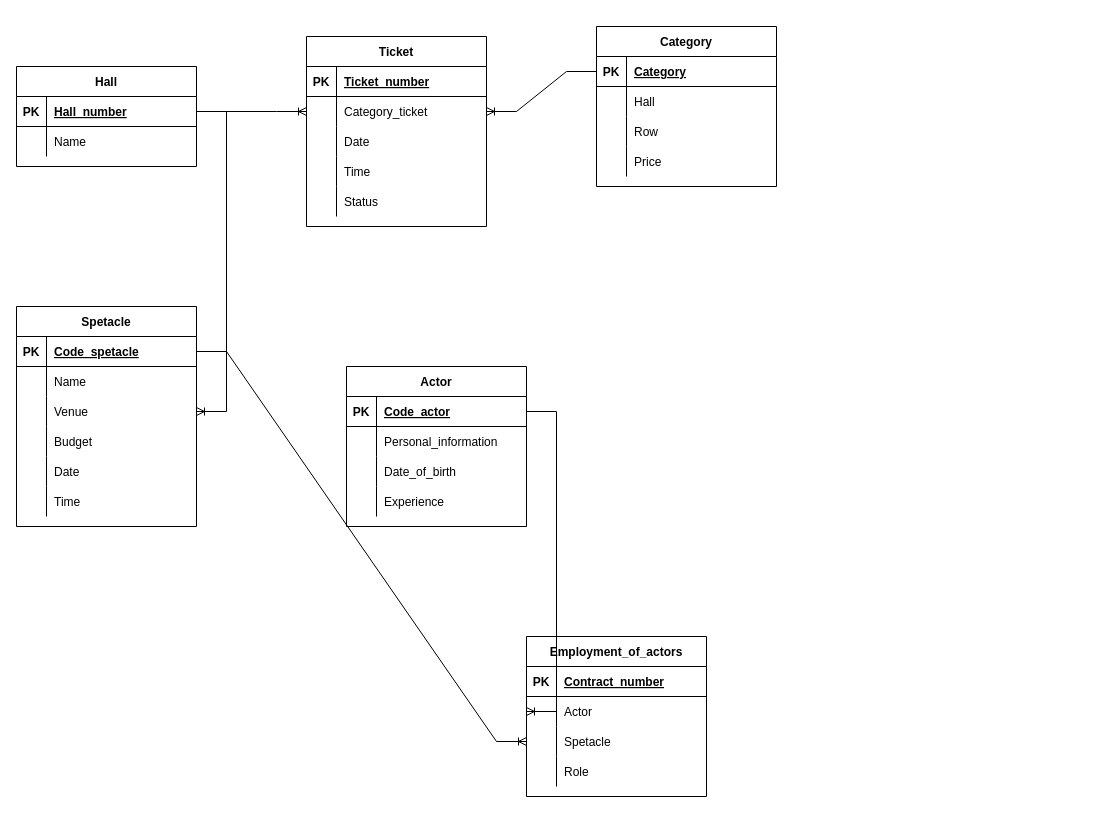
The draw.io diagram page "Страница 1" (1 of 2) of База данных театра.drawio in MakarovIS/Data-base, before the edit. Source tidied: cells renumbered, new cells numbered last; positions are measured from the earlier drawing's top-left corner, leaving out a move shared by most shapes. Both pictures are drawn from the tidied source at 100%, with x=0, y=0 at pixel (16, 26).
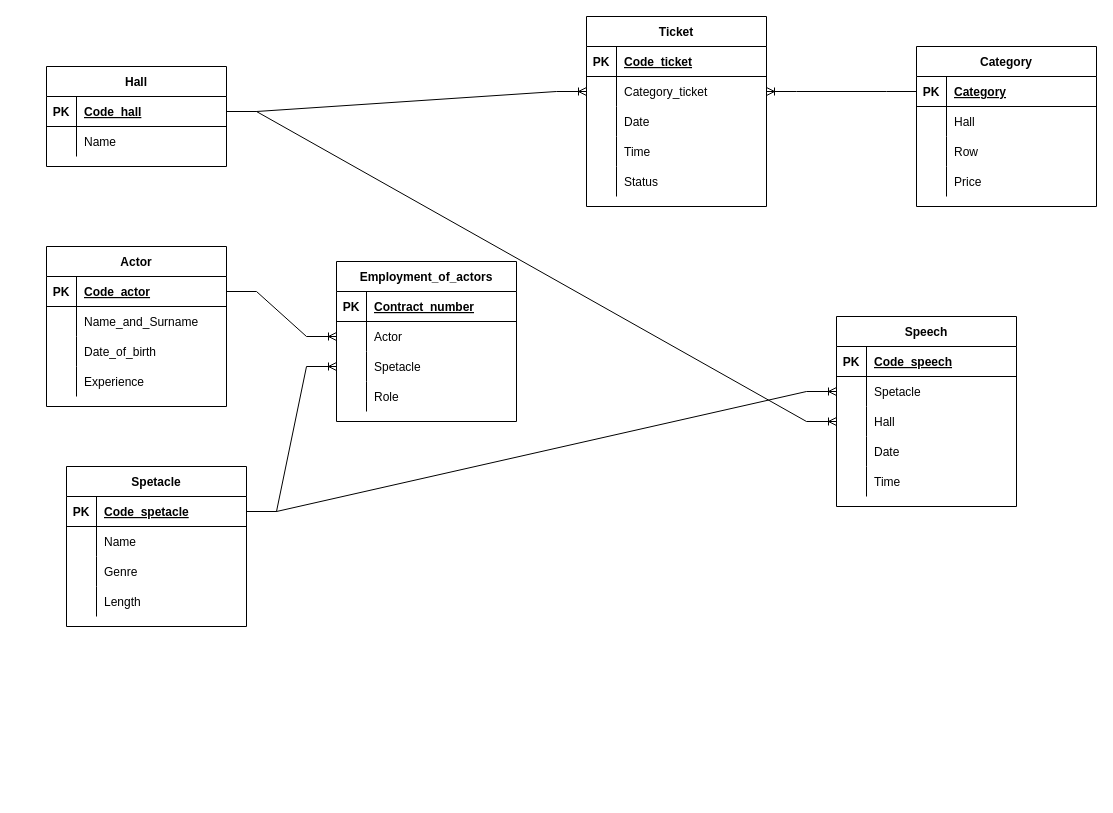
The same page after the edit.

The change refers to these unchanged cells:
```xml
<mxCell id="6" style="shape=tableRow;horizontal=0;startSize=0;swimlaneHead=0;swimlaneBody=0;fillColor=none;top=0;left=0;right=0;bottom=0;" parent="2" vertex="1">
  <mxGeometry y="60" width="180" height="30" as="geometry" />
</mxCell>
<mxCell id="22" style="shape=tableRow;horizontal=0;startSize=0;swimlaneHead=0;swimlaneBody=0;fillColor=none;points=[[0,0.5],[1,0.5]];portConstraint=eastwest;top=0;left=0;right=0;bottom=0;" parent="15" vertex="1">
  <mxGeometry y="90" width="180" height="30" as="geometry" />
</mxCell>
<mxCell id="29" style="shape=tableRow;horizontal=0;startSize=0;swimlaneHead=0;swimlaneBody=0;fillColor=none;points=[[0,0.5],[1,0.5]];portConstraint=eastwest;top=0;left=0;right=0;bottom=1;" parent="28" vertex="1">
  <mxGeometry y="30" width="180" height="30" as="geometry" />
</mxCell>
<mxCell id="48" style="shape=tableRow;horizontal=0;startSize=0;swimlaneHead=0;swimlaneBody=0;fillColor=none;top=0;left=0;right=0;bottom=1;" parent="47" vertex="1">
  <mxGeometry y="30" width="180" height="30" as="geometry" />
</mxCell>
<mxCell id="64" style="shape=tableRow;horizontal=0;startSize=0;swimlaneHead=0;swimlaneBody=0;fillColor=none;points=[[0,0.5],[1,0.5]];portConstraint=eastwest;top=0;left=0;right=0;bottom=1;" parent="63" vertex="1">
  <mxGeometry y="30" width="180" height="30" as="geometry" />
</mxCell>
```

The edit, as a diff of the source:
```diff
@@
     <mxCell id="2" value="Actor" style="shape=table;startSize=30;childLayout=tableLayout;rowLines=0;fontStyle=1;align=center;" parent="1" vertex="1">
-      <mxGeometry x="330" y="340" width="180" height="160" as="geometry" />
+      <mxGeometry x="30" y="220" width="180" height="160" as="geometry" />
     </mxCell>
@@
-    <mxCell id="8" value="Personal_information" style="shape=partialRectangle;fillColor=none;top=0;left=0;bottom=0;right=0;align=left;spacingLeft=6;overflow=hidden;" parent="6" vertex="1">
+    <mxCell id="8" value="Name_and_Surname" style="shape=partialRectangle;fillColor=none;top=0;left=0;bottom=0;right=0;align=left;spacingLeft=6;overflow=hidden;" parent="6" vertex="1">
       <mxGeometry x="30" width="150" height="30" as="geometry" />
     </mxCell>
@@
     <mxCell id="15" value="Employment_of_actors" style="shape=table;startSize=30;childLayout=tableLayout;rowLines=0;fontStyle=1;align=center;" parent="1" vertex="1">
-      <mxGeometry x="510" y="610" width="180" height="160" as="geometry" />
+      <mxGeometry x="320" y="235" width="180" height="160" as="geometry" />
     </mxCell>
@@
     <mxCell id="28" value="Spetacle" style="shape=table;startSize=30;childLayout=tableLayout;rowLines=0;fontStyle=1;align=center;" parent="1" vertex="1">
-      <mxGeometry y="280" width="180" height="220" as="geometry" />
+      <mxGeometry x="50" y="440" width="180" height="160" as="geometry" />
     </mxCell>
@@
-    <mxCell id="35" style="shape=tableRow;horizontal=0;startSize=0;swimlaneHead=0;swimlaneBody=0;fillColor=none;points=[[0,0.5],[1,0.5]];portConstraint=eastwest;top=0;left=0;right=0;bottom=0;" parent="28" vertex="1">
-      <mxGeometry y="90" width="180" height="30" as="geometry" />
-    </mxCell>
-    <mxCell id="36" style="shape=partialRectangle;fillColor=none;top=0;left=0;bottom=0;right=0;overflow=hidden;" parent="35" vertex="1">
-      <mxGeometry width="30" height="30" as="geometry" />
-    </mxCell>
-    <mxCell id="37" value="Venue" style="shape=partialRectangle;fillColor=none;top=0;left=0;bottom=0;right=0;align=left;spacingLeft=6;overflow=hidden;" parent="35" vertex="1">
-      <mxGeometry x="30" width="150" height="30" as="geometry" />
-    </mxCell>
-    <mxCell id="38" style="shape=tableRow;horizontal=0;startSize=0;swimlaneHead=0;swimlaneBody=0;fillColor=none;top=0;left=0;right=0;bottom=0;" parent="28" vertex="1">
-      <mxGeometry y="120" width="180" height="30" as="geometry" />
-    </mxCell>
-    <mxCell id="39" style="shape=partialRectangle;fillColor=none;top=0;left=0;bottom=0;right=0;overflow=hidden;" parent="38" vertex="1">
-      <mxGeometry width="30" height="30" as="geometry" />
-    </mxCell>
-    <mxCell id="40" value="Budget" style="shape=partialRectangle;fillColor=none;top=0;left=0;bottom=0;right=0;align=left;spacingLeft=6;overflow=hidden;" parent="38" vertex="1">
-      <mxGeometry x="30" width="150" height="30" as="geometry" />
-    </mxCell>
     <mxCell id="41" style="shape=tableRow;horizontal=0;startSize=0;swimlaneHead=0;swimlaneBody=0;fillColor=none;top=0;left=0;right=0;bottom=0;" parent="28" vertex="1">
-      <mxGeometry y="150" width="180" height="30" as="geometry" />
+      <mxGeometry y="90" width="180" height="30" as="geometry" />
     </mxCell>
@@
-    <mxCell id="43" value="Date" style="shape=partialRectangle;fillColor=none;top=0;left=0;bottom=0;right=0;align=left;spacingLeft=6;overflow=hidden;" parent="41" vertex="1">
+    <mxCell id="43" value="Genre" style="shape=partialRectangle;fillColor=none;top=0;left=0;bottom=0;right=0;align=left;spacingLeft=6;overflow=hidden;" parent="41" vertex="1">
       <mxGeometry x="30" width="150" height="30" as="geometry" />
     </mxCell>
     <mxCell id="44" style="shape=tableRow;horizontal=0;startSize=0;swimlaneHead=0;swimlaneBody=0;fillColor=none;top=0;left=0;right=0;bottom=0;" parent="28" vertex="1">
-      <mxGeometry y="180" width="180" height="30" as="geometry" />
+      <mxGeometry y="120" width="180" height="30" as="geometry" />
     </mxCell>
@@
-    <mxCell id="46" value="Time" style="shape=partialRectangle;fillColor=none;top=0;left=0;bottom=0;right=0;align=left;spacingLeft=6;overflow=hidden;" parent="44" vertex="1">
+    <mxCell id="46" value="Length" style="shape=partialRectangle;fillColor=none;top=0;left=0;bottom=0;right=0;align=left;spacingLeft=6;overflow=hidden;" parent="44" vertex="1">
       <mxGeometry x="30" width="150" height="30" as="geometry" />
     </mxCell>
     <mxCell id="47" value="Ticket" style="shape=table;startSize=30;childLayout=tableLayout;rowLines=0;fontStyle=1;align=center;" parent="1" vertex="1">
-      <mxGeometry x="290" y="10" width="180" height="190" as="geometry" />
+      <mxGeometry x="570" y="-10" width="180" height="190" as="geometry" />
     </mxCell>
@@
-    <mxCell id="50" value="Ticket_number" style="shape=partialRectangle;fillColor=none;top=0;left=0;bottom=0;right=0;align=left;spacingLeft=6;fontStyle=5;overflow=hidden;" parent="48" vertex="1">
+    <mxCell id="50" value="Code_ticket" style="shape=partialRectangle;fillColor=none;top=0;left=0;bottom=0;right=0;align=left;spacingLeft=6;fontStyle=5;overflow=hidden;" parent="48" vertex="1">
       <mxGeometry x="30" width="150" height="30" as="geometry" />
     </mxCell>
@@
     <mxCell id="63" value="Hall" style="shape=table;startSize=30;childLayout=tableLayout;rowLines=0;fontStyle=1;align=center;" parent="1" vertex="1">
-      <mxGeometry y="40" width="180" height="100" as="geometry" />
+      <mxGeometry x="30" y="40" width="180" height="100" as="geometry" />
     </mxCell>
@@
-    <mxCell id="66" value="Hall_number" style="shape=partialRectangle;fillColor=none;top=0;left=0;bottom=0;right=0;align=left;spacingLeft=6;fontStyle=5;overflow=hidden;" parent="64" vertex="1">
+    <mxCell id="66" value="Code_hall" style="shape=partialRectangle;fillColor=none;top=0;left=0;bottom=0;right=0;align=left;spacingLeft=6;fontStyle=5;overflow=hidden;" parent="64" vertex="1">
       <mxGeometry x="30" width="150" height="30" as="geometry" />
     </mxCell>
@@
-    <mxCell id="72" style="edgeStyle=entityRelationEdgeStyle;fontSize=12;html=1;endArrow=ERoneToMany;rounded=0;exitX=1;exitY=0.5;exitDx=0;exitDy=0;entryX=1;entryY=0.5;entryDx=0;entryDy=0;" parent="1" edge="1" source="64" target="35">
+    <mxCell id="72" style="edgeStyle=entityRelationEdgeStyle;fontSize=12;html=1;endArrow=ERoneToMany;rounded=0;exitX=1;exitY=0.5;exitDx=0;exitDy=0;entryX=0;entryY=0.5;entryDx=0;entryDy=0;" parent="1" edge="1" source="64" target="35">
       <mxGeometry relative="1" as="geometry" />
     </mxCell>
-    <mxCell id="73" style="edgeStyle=entityRelationEdgeStyle;fontSize=12;html=1;endArrow=ERoneToMany;rounded=0;exitX=1;exitY=0.5;exitDx=0;exitDy=0;entryX=0;entryY=0.5;entryDx=0;entryDy=0;" parent="1" edge="1" source="29" target="22">
-      <mxGeometry relative="1" as="geometry" />
-    </mxCell>
     <mxCell id="74" value="Category" style="shape=table;startSize=30;childLayout=tableLayout;rowLines=0;fontStyle=1;align=center;" parent="1" vertex="1">
-      <mxGeometry x="580" width="180" height="160" as="geometry" />
+      <mxGeometry x="900" y="20" width="180" height="160" as="geometry" />
     </mxCell>
@@
+    <mxCell id="88" value="Speech" style="shape=table;startSize=30;childLayout=tableLayout;rowLines=0;fontStyle=1;align=center;" parent="1" vertex="1">
+      <mxGeometry x="820" y="290" width="180" height="190" as="geometry" />
+    </mxCell>
+    <mxCell id="89" style="shape=tableRow;horizontal=0;startSize=0;swimlaneHead=0;swimlaneBody=0;fillColor=none;top=0;left=0;right=0;bottom=1;" parent="88" vertex="1">
+      <mxGeometry y="30" width="180" height="30" as="geometry" />
+    </mxCell>
+    <mxCell id="90" value="PK" style="shape=partialRectangle;fillColor=none;top=0;left=0;bottom=0;right=0;fontStyle=1;overflow=hidden;" parent="89" vertex="1">
+      <mxGeometry width="30" height="30" as="geometry" />
+    </mxCell>
+    <mxCell id="91" value="Code_speech" style="shape=partialRectangle;fillColor=none;top=0;left=0;bottom=0;right=0;align=left;spacingLeft=6;fontStyle=5;overflow=hidden;" parent="89" vertex="1">
+      <mxGeometry x="30" width="150" height="30" as="geometry" />
+    </mxCell>
+    <mxCell id="92" style="shape=tableRow;horizontal=0;startSize=0;swimlaneHead=0;swimlaneBody=0;fillColor=none;points=[[0,0.5],[1,0.5]];portConstraint=eastwest;top=0;left=0;right=0;bottom=0;" parent="88" vertex="1">
+      <mxGeometry y="60" width="180" height="30" as="geometry" />
+    </mxCell>
+    <mxCell id="93" style="shape=partialRectangle;fillColor=none;top=0;left=0;bottom=0;right=0;overflow=hidden;" parent="92" vertex="1">
+      <mxGeometry width="30" height="30" as="geometry" />
+    </mxCell>
+    <mxCell id="94" value="Spetacle" style="shape=partialRectangle;fillColor=none;top=0;left=0;bottom=0;right=0;align=left;spacingLeft=6;overflow=hidden;" parent="92" vertex="1">
+      <mxGeometry x="30" width="150" height="30" as="geometry" />
+    </mxCell>
+    <mxCell id="35" style="shape=tableRow;horizontal=0;startSize=0;swimlaneHead=0;swimlaneBody=0;fillColor=none;points=[[0,0.5],[1,0.5]];portConstraint=eastwest;top=0;left=0;right=0;bottom=0;" parent="88" vertex="1">
+      <mxGeometry y="90" width="180" height="30" as="geometry" />
+    </mxCell>
+    <mxCell id="95" style="shape=partialRectangle;fillColor=none;top=0;left=0;bottom=0;right=0;overflow=hidden;" parent="35" vertex="1">
+      <mxGeometry width="30" height="30" as="geometry" />
+    </mxCell>
+    <mxCell id="96" value="Hall" style="shape=partialRectangle;fillColor=none;top=0;left=0;bottom=0;right=0;align=left;spacingLeft=6;overflow=hidden;" parent="35" vertex="1">
+      <mxGeometry x="30" width="150" height="30" as="geometry" />
+    </mxCell>
+    <mxCell id="38" style="shape=tableRow;horizontal=0;startSize=0;swimlaneHead=0;swimlaneBody=0;fillColor=none;top=0;left=0;right=0;bottom=0;" parent="88" vertex="1">
+      <mxGeometry y="120" width="180" height="30" as="geometry" />
+    </mxCell>
+    <mxCell id="97" style="shape=partialRectangle;fillColor=none;top=0;left=0;bottom=0;right=0;overflow=hidden;" parent="38" vertex="1">
+      <mxGeometry width="30" height="30" as="geometry" />
+    </mxCell>
+    <mxCell id="98" value="Date" style="shape=partialRectangle;fillColor=none;top=0;left=0;bottom=0;right=0;align=left;spacingLeft=6;overflow=hidden;" parent="38" vertex="1">
+      <mxGeometry x="30" width="150" height="30" as="geometry" />
+    </mxCell>
+    <mxCell id="99" style="shape=tableRow;horizontal=0;startSize=0;swimlaneHead=0;swimlaneBody=0;fillColor=none;top=0;left=0;right=0;bottom=0;" parent="88" vertex="1">
+      <mxGeometry y="150" width="180" height="30" as="geometry" />
+    </mxCell>
+    <mxCell id="100" style="shape=partialRectangle;fillColor=none;top=0;left=0;bottom=0;right=0;overflow=hidden;" parent="99" vertex="1">
+      <mxGeometry width="30" height="30" as="geometry" />
+    </mxCell>
+    <mxCell id="101" value="Time" style="shape=partialRectangle;fillColor=none;top=0;left=0;bottom=0;right=0;align=left;spacingLeft=6;overflow=hidden;" parent="99" vertex="1">
+      <mxGeometry x="30" width="150" height="30" as="geometry" />
+    </mxCell>
+    <mxCell id="102" style="edgeStyle=entityRelationEdgeStyle;fontSize=12;html=1;endArrow=ERoneToMany;rounded=0;exitX=1;exitY=0.5;exitDx=0;exitDy=0;entryX=0;entryY=0.5;entryDx=0;entryDy=0;" parent="1" edge="1" source="29" target="92">
+      <mxGeometry relative="1" as="geometry" />
+    </mxCell>
+    <mxCell id="73" style="edgeStyle=entityRelationEdgeStyle;fontSize=12;html=1;endArrow=ERoneToMany;rounded=0;entryX=0;entryY=0.5;entryDx=0;entryDy=0;" parent="1" edge="1" source="29" target="22">
+      <mxGeometry relative="1" as="geometry" />
+    </mxCell>
```
